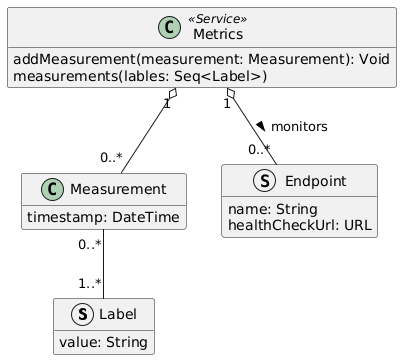
Before: doc/diagrams/metrics-service-domain-model.png, a diagram exported from PlantUML (Ventus218/SAP-assignment-02).
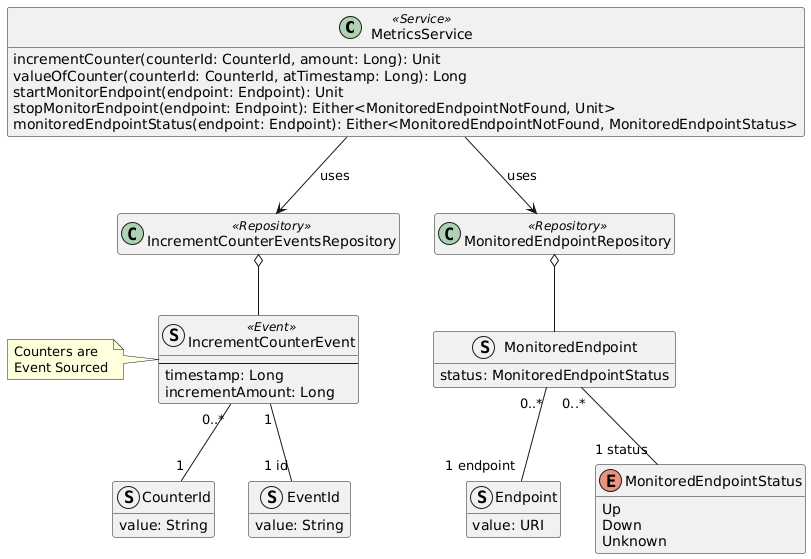
The same diagram one commit later.

Commit message:
Automatically generated PlantUML diagrams

The edit, as a diff of the source:
```diff
@@ -1,27 +1,59 @@
 @startuml metrics-service-domain-model
 
-struct Label {
+class MetricsService <<Service>> {
+    incrementCounter(counterId: CounterId, amount: Long): Unit
+    valueOfCounter(counterId: CounterId, atTimestamp: Long): Long
+    startMonitorEndpoint(endpoint: Endpoint): Unit
+    stopMonitorEndpoint(endpoint: Endpoint): Either<MonitoredEndpointNotFound, Unit>
+    monitoredEndpointStatus(endpoint: Endpoint): Either<MonitoredEndpointNotFound, MonitoredEndpointStatus>
+}
+
+struct CounterId {
     value: String
 }
 
-class Measurement {
-    timestamp: DateTime
+struct EventId {
+    value: String
 }
 
-Measurement "0..*" -- "1..*" Label
+struct IncrementCounterEvent <<Event>> {
+    --
+    timestamp: Long
+    incrementAmount: Long
+}
+
+IncrementCounterEvent "0..*" -- "1" CounterId
+IncrementCounterEvent "1" -- "1 id" EventId
+
+class IncrementCounterEventsRepository <<Repository>>
+IncrementCounterEventsRepository o-- IncrementCounterEvent
+MetricsService --> IncrementCounterEventsRepository : "uses"
+
+note left of IncrementCounterEvent
+    Counters are
+    Event Sourced
+end note
+
 
 struct Endpoint {
-    name: String
-    healthCheckUrl: URL
+    value: URI
 }
 
-class Metrics <<Service>> {
-    addMeasurement(measurement: Measurement): Void
-    measurements(lables: Seq<Label>)
+struct MonitoredEndpoint {
+    status: MonitoredEndpointStatus
 }
+MonitoredEndpoint "0..*" -- "1 endpoint" Endpoint
 
-Metrics "1" o-- "0..*" Endpoint : "monitors >"
-Metrics "1" o-- "0..*" Measurement
+enum MonitoredEndpointStatus {
+    Up
+    Down
+    Unknown
+}
+MonitoredEndpoint "0..*" -- "1 status" MonitoredEndpointStatus
+
+class MonitoredEndpointRepository <<Repository>>
+MonitoredEndpointRepository o--  MonitoredEndpoint
+MetricsService --> MonitoredEndpointRepository : "uses"
 
 hide empty members
 
```
